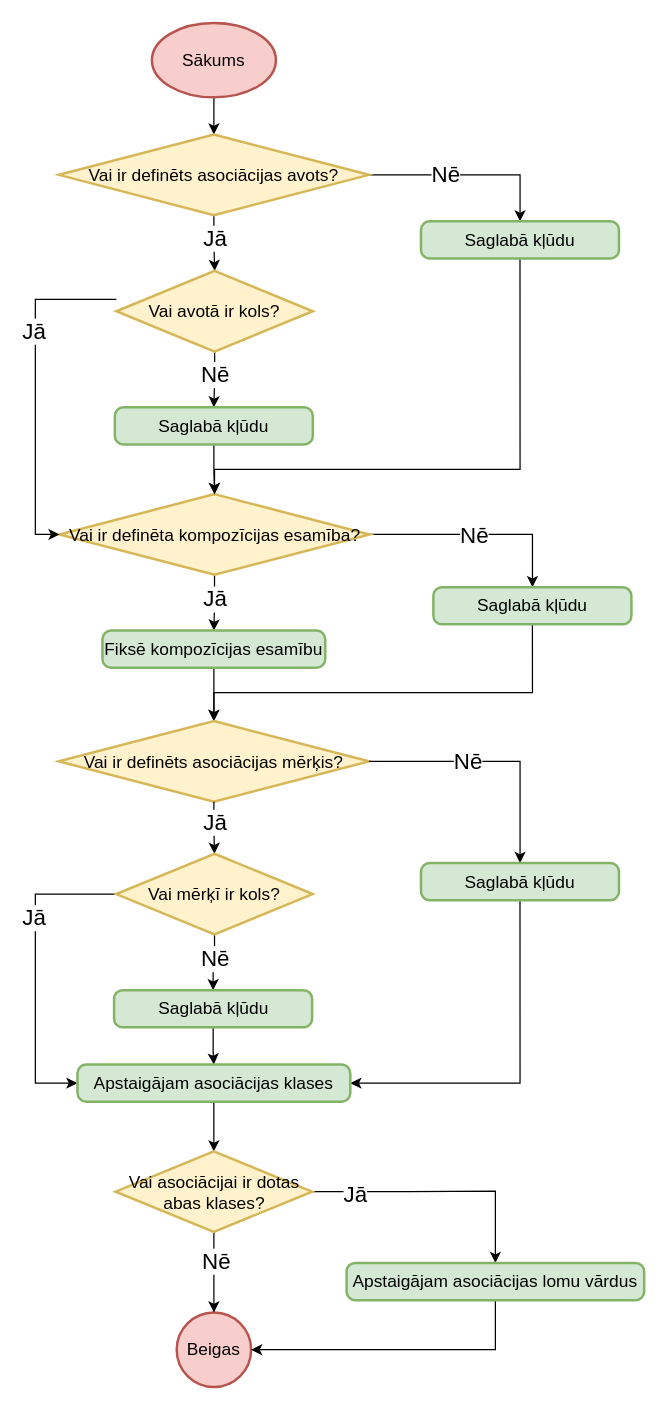
Earlier version of the draw.io diagram page "Kompilēt asociācijas definīciju" (2 of 4) of src/Kvalifikacijas darbs/Diagrammas/Kompilators/Asociācijas.drawio (artiks12/webAppOS). Source tidied: cells renumbered, new cells numbered last; positions are measured from the earlier drawing's top-left corner, leaving out a move shared by most shapes. Both pictures are drawn from the tidied source at 124%, with x=0, y=0 at pixel (35, 22).
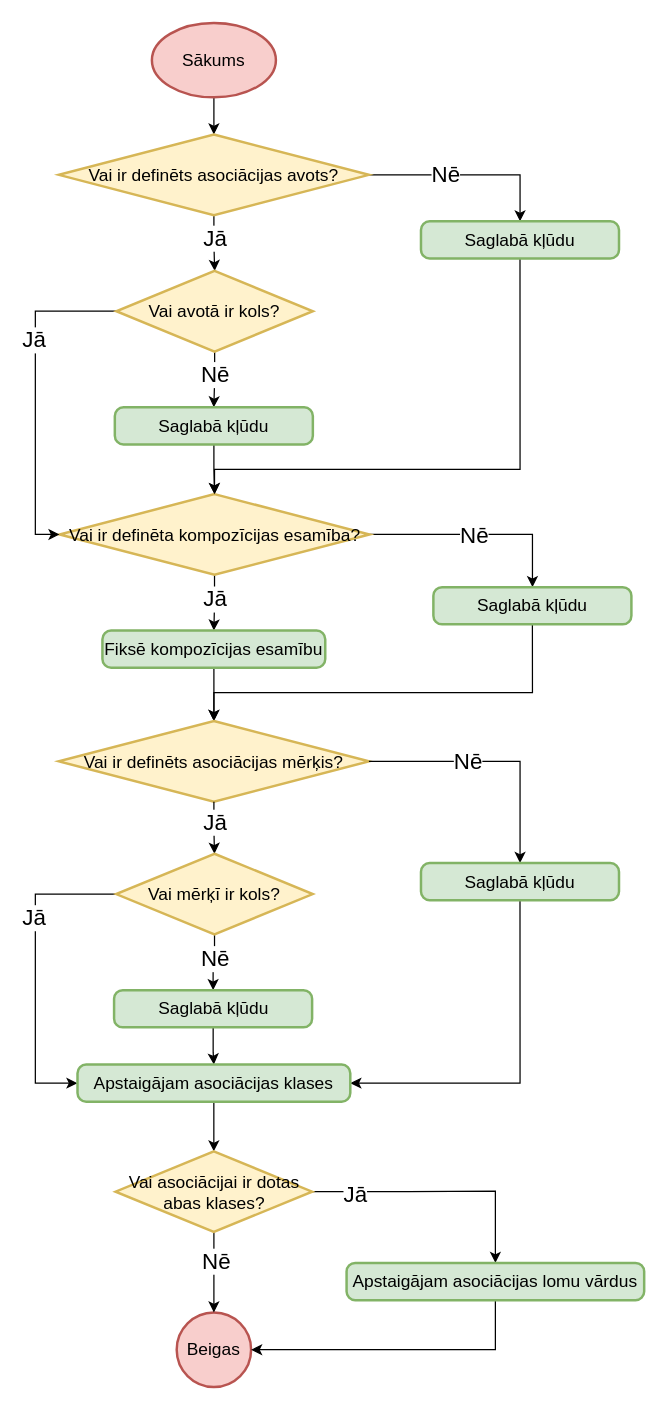
Above is the later version.

Unchanged cells that the change refers to:
```xml
<mxCell id="14" value="Vai ir definēta kompozīcijas esamība?" style="strokeWidth=2;html=1;shape=mxgraph.flowchart.decision;whiteSpace=wrap;fontSize=14;fillColor=#fff2cc;strokeColor=#d6b656;" parent="1" vertex="1">
  <mxGeometry x="19.5" y="380" width="250" height="65" as="geometry" />
</mxCell>
<mxCell id="30" value="Vai avotā ir kols?" style="strokeWidth=2;html=1;shape=mxgraph.flowchart.decision;whiteSpace=wrap;fontSize=14;fillColor=#fff2cc;strokeColor=#d6b656;" parent="1" vertex="1">
  <mxGeometry x="65.3" y="200" width="158.5" height="65" as="geometry" />
</mxCell>
```

Change to the diagram source:
```diff
@@
-    <mxCell id="28" style="edgeStyle=orthogonalEdgeStyle;rounded=0;jettySize=auto;html=1;entryX=0;entryY=0.5;entryDx=0;entryDy=0;entryPerimeter=0;" parent="1" edge="1" source="30" target="14">
+    <mxCell id="28" style="edgeStyle=orthogonalEdgeStyle;rounded=0;jettySize=auto;html=1;entryX=0;entryY=0.5;entryDx=0;entryDy=0;entryPerimeter=0;exitX=0;exitY=0.5;exitDx=0;exitDy=0;exitPerimeter=0;" parent="1" edge="1" source="30" target="14">
       <mxGeometry relative="1" as="geometry">
         <Array as="points">
-          <mxPoint y="223" />
+          <mxPoint y="233" />
           <mxPoint y="413" />
         </Array>
       </mxGeometry>
     </mxCell>
```
